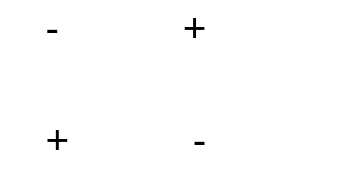
Above: docs/img/series.svg in BearMetalWeb/BearMetalWeb.github.io (draw.io), before the change. Source tidied: cells renumbered, new cells last; positions are measured from the earlier drawing's top-left corner, leaving out a move shared by most shapes.
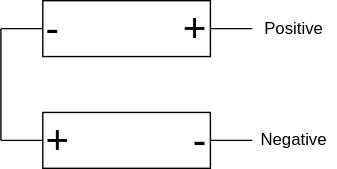
Above is the later version.

Commit message:
social cards implementation + circuit diagrams

What changed in the source:
```diff
@@ -2,44 +2,44 @@
   <root>
     <mxCell id="0" />
     <mxCell id="1" parent="0" />
-    <mxCell id="2" value="&lt;font style=&quot;font-size: 29px;&quot;&gt;+&amp;nbsp; &amp;nbsp; &amp;nbsp; &amp;nbsp; &amp;nbsp; &amp;nbsp;-&lt;/font&gt;" style="rounded=0;whiteSpace=wrap;html=1;strokeColor=#FFFFFF;" parent="1" vertex="1">
+    <mxCell id="2" value="&lt;font style=&quot;font-size: 29px;&quot;&gt;+&amp;nbsp; &amp;nbsp; &amp;nbsp; &amp;nbsp; &amp;nbsp; &amp;nbsp;-&lt;/font&gt;" style="rounded=0;whiteSpace=wrap;html=1;" parent="1" vertex="1">
       <mxGeometry x="30" y="80" width="120" height="40" as="geometry" />
     </mxCell>
-    <mxCell id="3" value="&lt;span style=&quot;font-size: 29px;&quot;&gt;-&amp;nbsp; &amp;nbsp; &amp;nbsp; &amp;nbsp; &amp;nbsp; &amp;nbsp;+&lt;/span&gt;" style="rounded=0;whiteSpace=wrap;html=1;strokeColor=#FFFFFF;" parent="1" vertex="1">
+    <mxCell id="3" value="&lt;span style=&quot;font-size: 29px;&quot;&gt;-&amp;nbsp; &amp;nbsp; &amp;nbsp; &amp;nbsp; &amp;nbsp; &amp;nbsp;+&lt;/span&gt;" style="rounded=0;whiteSpace=wrap;html=1;" parent="1" vertex="1">
       <mxGeometry x="30" width="120" height="40" as="geometry" />
     </mxCell>
-    <mxCell id="4" style="endArrow=none;html=1;rounded=0;exitX=0;exitY=0.5;exitDx=0;exitDy=0;strokeColor=#FFFFFF;" parent="1" edge="1" source="2">
+    <mxCell id="4" style="endArrow=none;html=1;rounded=0;exitX=0;exitY=0.5;exitDx=0;exitDy=0;" parent="1" edge="1" source="2">
       <mxGeometry relative="1" as="geometry">
         <mxPoint y="100" as="targetPoint" />
       </mxGeometry>
     </mxCell>
-    <mxCell id="5" style="endArrow=none;html=1;rounded=0;strokeColor=#FFFFFF;" parent="1" edge="1">
+    <mxCell id="5" style="endArrow=none;html=1;rounded=0;" parent="1" edge="1">
       <mxGeometry relative="1" as="geometry">
         <mxPoint y="100" as="sourcePoint" />
         <mxPoint y="20" as="targetPoint" />
       </mxGeometry>
     </mxCell>
-    <mxCell id="6" style="endArrow=none;html=1;rounded=0;exitX=0;exitY=0.5;exitDx=0;exitDy=0;strokeColor=#FFFFFF;" parent="1" edge="1" source="3">
+    <mxCell id="6" style="endArrow=none;html=1;rounded=0;exitX=0;exitY=0.5;exitDx=0;exitDy=0;" parent="1" edge="1" source="3">
       <mxGeometry relative="1" as="geometry">
         <mxPoint y="20" as="targetPoint" />
       </mxGeometry>
     </mxCell>
-    <mxCell id="7" style="endArrow=none;html=1;rounded=0;exitX=0;exitY=0.5;exitDx=0;exitDy=0;strokeColor=#FFFFFF;" parent="1" edge="1">
+    <mxCell id="7" style="endArrow=none;html=1;rounded=0;exitX=0;exitY=0.5;exitDx=0;exitDy=0;" parent="1" edge="1">
       <mxGeometry relative="1" as="geometry">
         <mxPoint x="180" y="100" as="sourcePoint" />
         <mxPoint x="150" y="100" as="targetPoint" />
       </mxGeometry>
     </mxCell>
-    <mxCell id="8" style="endArrow=none;html=1;rounded=0;exitX=0;exitY=0.5;exitDx=0;exitDy=0;strokeColor=#FFFFFF;" parent="1" edge="1">
+    <mxCell id="8" style="endArrow=none;html=1;rounded=0;exitX=0;exitY=0.5;exitDx=0;exitDy=0;" parent="1" edge="1">
       <mxGeometry relative="1" as="geometry">
         <mxPoint x="180" y="20" as="sourcePoint" />
         <mxPoint x="150" y="20" as="targetPoint" />
       </mxGeometry>
     </mxCell>
-    <mxCell id="9" value="&lt;font color=&quot;#ffffff&quot;&gt;Negative&lt;/font&gt;" style="text;html=1;align=center;verticalAlign=middle;whiteSpace=wrap;rounded=0;strokeColor=#FFFFFF;" parent="1" vertex="1">
+    <mxCell id="9" value="Negative" style="text;html=1;align=center;verticalAlign=middle;whiteSpace=wrap;rounded=0;" parent="1" vertex="1">
       <mxGeometry x="180" y="85" width="60" height="30" as="geometry" />
     </mxCell>
-    <mxCell id="10" value="&lt;font color=&quot;#ffffff&quot;&gt;Positive&lt;/font&gt;" style="text;html=1;align=center;verticalAlign=middle;whiteSpace=wrap;rounded=0;strokeColor=#FFFFFF;" parent="1" vertex="1">
+    <mxCell id="10" value="Positive" style="text;html=1;align=center;verticalAlign=middle;whiteSpace=wrap;rounded=0;" parent="1" vertex="1">
       <mxGeometry x="180" y="5" width="60" height="30" as="geometry" />
     </mxCell>
   </root>
```
